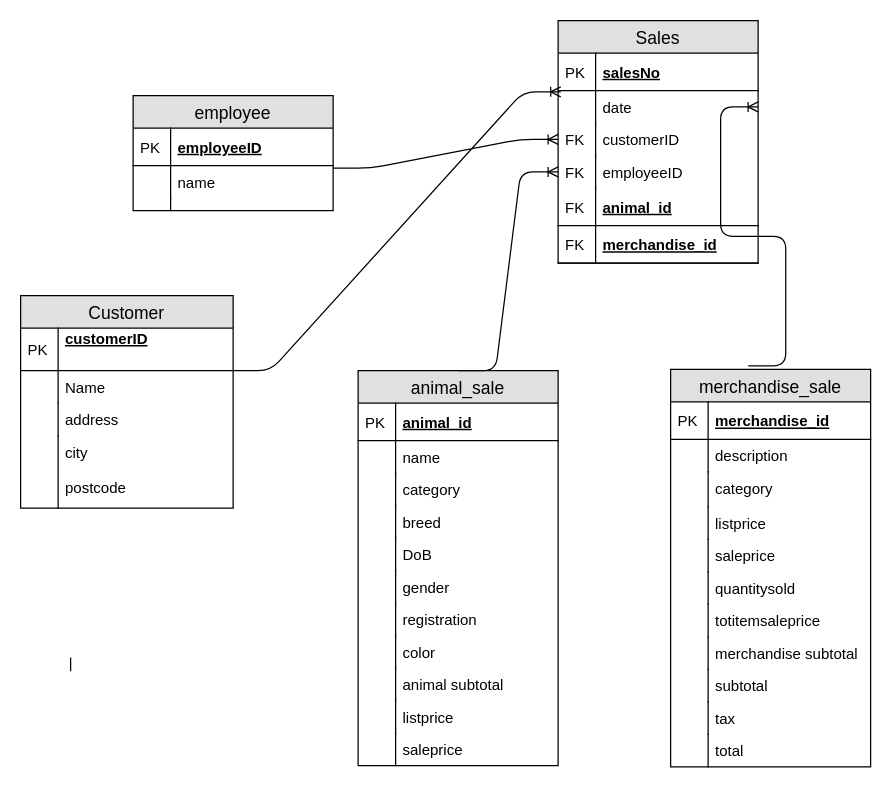
Earlier version of the draw.io diagram 3.drawio (ssd32033/Dteam). Source tidied: cells renumbered, new cells numbered last; positions are measured from the earlier drawing's top-left corner, leaving out a move shared by most shapes. Both pictures are drawn from the tidied source at 125%, with x=0, y=0 at pixel (20, 20).
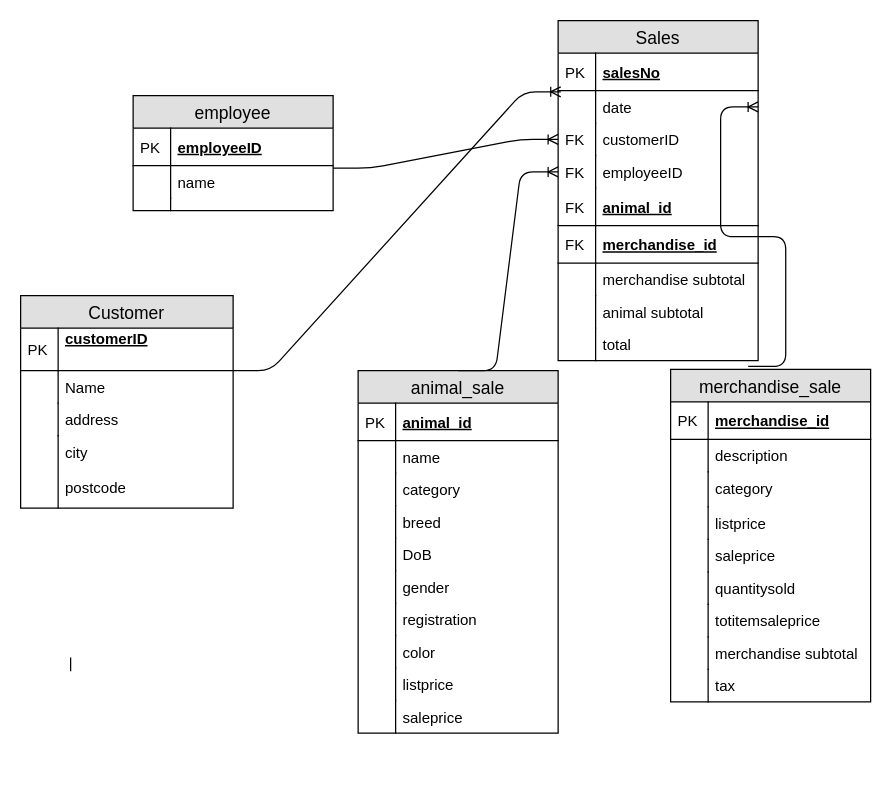
The same diagram, later.

What changed in the source:
```diff
@@
     <mxCell id="2" value="Sales" style="swimlane;fontStyle=0;horizontal=1;startSize=26;fillColor=#e0e0e0;swimlaneFillColor=#ffffff;align=center;fontSize=14;" parent="1" vertex="1">
-      <mxGeometry x="430" width="160" height="194" as="geometry" />
+      <mxGeometry x="430" width="160" height="272" as="geometry" />
     </mxCell>
@@
+    <mxCell id="83" value="merchandise subtotal" style="shape=partialRectangle;top=0;left=0;right=0;bottom=0;align=left;verticalAlign=top;fillColor=none;spacingLeft=34;spacingRight=4;overflow=hidden;fontSize=12;" parent="2" vertex="1">
+      <mxGeometry y="194" width="160" height="26" as="geometry" />
+    </mxCell>
+    <mxCell id="84" style="shape=partialRectangle;top=0;left=0;bottom=0;fillColor=none;align=left;verticalAlign=top;spacingLeft=4;spacingRight=4;overflow=hidden;fontSize=12;" parent="83" vertex="1">
+      <mxGeometry width="30" height="26" as="geometry" />
+    </mxCell>
+    <mxCell id="50" value="animal subtotal" style="shape=partialRectangle;top=0;left=0;right=0;bottom=0;align=left;verticalAlign=top;fillColor=none;spacingLeft=34;spacingRight=4;overflow=hidden;fontSize=12;" parent="2" vertex="1">
+      <mxGeometry y="220" width="160" height="26" as="geometry" />
+    </mxCell>
+    <mxCell id="85" style="shape=partialRectangle;top=0;left=0;bottom=0;fillColor=none;align=left;verticalAlign=top;spacingLeft=4;spacingRight=4;overflow=hidden;fontSize=12;" parent="50" vertex="1">
+      <mxGeometry width="30" height="26" as="geometry" />
+    </mxCell>
+    <mxCell id="77" value="total" style="shape=partialRectangle;top=0;left=0;right=0;bottom=0;align=left;verticalAlign=top;fillColor=none;spacingLeft=34;spacingRight=4;overflow=hidden;fontSize=12;" parent="2" vertex="1">
+      <mxGeometry y="246" width="160" height="26" as="geometry" />
+    </mxCell>
+    <mxCell id="78" style="shape=partialRectangle;top=0;left=0;bottom=0;fillColor=none;align=left;verticalAlign=top;spacingLeft=4;spacingRight=4;overflow=hidden;fontSize=12;" parent="77" vertex="1">
+      <mxGeometry width="30" height="26" as="geometry" />
+    </mxCell>
@@
     <mxCell id="33" value="animal_sale" style="swimlane;fontStyle=0;horizontal=1;startSize=26;fillColor=#e0e0e0;swimlaneFillColor=#ffffff;align=center;fontSize=14;" parent="1" vertex="1">
-      <mxGeometry x="270" y="280" width="160" height="316" as="geometry" />
+      <mxGeometry x="270" y="280" width="160" height="290" as="geometry" />
     </mxCell>
@@
-    <mxCell id="50" value="animal subtotal" style="shape=partialRectangle;top=0;left=0;right=0;bottom=0;align=left;verticalAlign=top;fillColor=none;spacingLeft=34;spacingRight=4;overflow=hidden;fontSize=12;" parent="33" vertex="1">
-      <mxGeometry y="238" width="160" height="26" as="geometry" />
-    </mxCell>
-    <mxCell id="51" style="shape=partialRectangle;top=0;left=0;bottom=0;fillColor=none;align=left;verticalAlign=top;spacingLeft=4;spacingRight=4;overflow=hidden;fontSize=12;" parent="50" vertex="1">
-      <mxGeometry width="30" height="26" as="geometry" />
-    </mxCell>
     <mxCell id="52" value="listprice" style="shape=partialRectangle;top=0;left=0;right=0;bottom=0;align=left;verticalAlign=top;fillColor=none;spacingLeft=34;spacingRight=4;overflow=hidden;fontSize=12;" parent="33" vertex="1">
-      <mxGeometry y="264" width="160" height="26" as="geometry" />
+      <mxGeometry y="238" width="160" height="26" as="geometry" />
     </mxCell>
@@
     <mxCell id="54" value="saleprice" style="shape=partialRectangle;top=0;left=0;right=0;bottom=0;align=left;verticalAlign=top;fillColor=none;spacingLeft=34;spacingRight=4;overflow=hidden;fontSize=12;" parent="33" vertex="1">
-      <mxGeometry y="290" width="160" height="26" as="geometry" />
+      <mxGeometry y="264" width="160" height="26" as="geometry" />
     </mxCell>
@@
     <mxCell id="56" value="merchandise_sale" style="swimlane;fontStyle=0;horizontal=1;startSize=26;fillColor=#e0e0e0;swimlaneFillColor=#ffffff;align=center;fontSize=14;" parent="1" vertex="1">
-      <mxGeometry x="520" y="279" width="160" height="318" as="geometry" />
+      <mxGeometry x="520" y="279" width="160" height="266" as="geometry" />
     </mxCell>
@@
-    <mxCell id="73" value="subtotal" style="shape=partialRectangle;top=0;left=0;right=0;bottom=0;align=left;verticalAlign=top;fillColor=none;spacingLeft=34;spacingRight=4;overflow=hidden;fontSize=12;" parent="56" vertex="1">
-      <mxGeometry y="240" width="160" height="26" as="geometry" />
-    </mxCell>
-    <mxCell id="74" style="shape=partialRectangle;top=0;left=0;bottom=0;fillColor=none;align=left;verticalAlign=top;spacingLeft=4;spacingRight=4;overflow=hidden;fontSize=12;" parent="73" vertex="1">
-      <mxGeometry width="30" height="26" as="geometry" />
-    </mxCell>
     <mxCell id="75" value="tax" style="shape=partialRectangle;top=0;left=0;right=0;bottom=0;align=left;verticalAlign=top;fillColor=none;spacingLeft=34;spacingRight=4;overflow=hidden;fontSize=12;" parent="56" vertex="1">
-      <mxGeometry y="266" width="160" height="26" as="geometry" />
+      <mxGeometry y="240" width="160" height="26" as="geometry" />
     </mxCell>
@@
-    <mxCell id="77" value="total" style="shape=partialRectangle;top=0;left=0;right=0;bottom=0;align=left;verticalAlign=top;fillColor=none;spacingLeft=34;spacingRight=4;overflow=hidden;fontSize=12;" parent="56" vertex="1">
-      <mxGeometry y="292" width="160" height="26" as="geometry" />
-    </mxCell>
-    <mxCell id="78" style="shape=partialRectangle;top=0;left=0;bottom=0;fillColor=none;align=left;verticalAlign=top;spacingLeft=4;spacingRight=4;overflow=hidden;fontSize=12;" parent="77" vertex="1">
-      <mxGeometry width="30" height="26" as="geometry" />
-    </mxCell>
```
